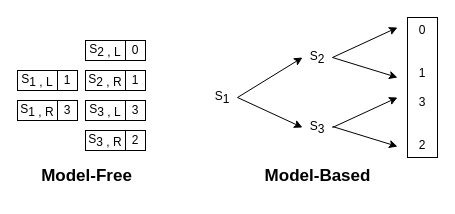
The draw.io diagram maze_model_free.drawio in felixstillger/draw_io, before the edit. Source tidied: cells renumbered, new cells numbered last; positions are measured from the earlier drawing's top-left corner, leaving out a move shared by most shapes. Both pictures are drawn from the tidied source at 100%, with x=0, y=0 at pixel (17, 17).
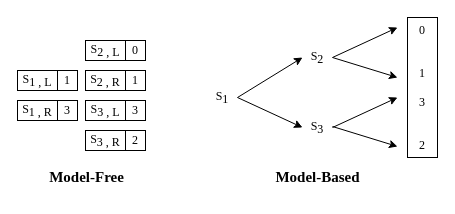
The same page after the edit.

Diff of the diagram source:
```diff
@@
-    <mxCell id="2" value="S&lt;sub style=&quot;font-size: 12px;&quot;&gt;1 , L&lt;/sub&gt;" style="rounded=0;whiteSpace=wrap;html=1;fontSize=12;fontFamily=Helvetica;" parent="1" vertex="1">
+    <mxCell id="2" value="S&lt;sub style=&quot;font-size: 12px;&quot;&gt;1 , L&lt;/sub&gt;" style="rounded=0;whiteSpace=wrap;html=1;fontSize=12;fontFamily=Times New Roman;" parent="1" vertex="1">
       <mxGeometry y="53" width="40" height="20" as="geometry" />
     </mxCell>
-    <mxCell id="3" value="S&lt;sub style=&quot;font-size: 12px;&quot;&gt;1 , R&lt;/sub&gt;" style="rounded=0;whiteSpace=wrap;html=1;fontSize=12;fontFamily=Helvetica;" parent="1" vertex="1">
+    <mxCell id="3" value="S&lt;sub style=&quot;font-size: 12px;&quot;&gt;1 , R&lt;/sub&gt;" style="rounded=0;whiteSpace=wrap;html=1;fontSize=12;fontFamily=Times New Roman;" parent="1" vertex="1">
       <mxGeometry y="83" width="40" height="20" as="geometry" />
     </mxCell>
-    <mxCell id="4" value="S&lt;sub style=&quot;font-size: 12px;&quot;&gt;2 , L&lt;/sub&gt;" style="rounded=0;whiteSpace=wrap;html=1;fontSize=12;fontFamily=Helvetica;" parent="1" vertex="1">
+    <mxCell id="4" value="S&lt;sub style=&quot;font-size: 12px;&quot;&gt;2 , L&lt;/sub&gt;" style="rounded=0;whiteSpace=wrap;html=1;fontSize=12;fontFamily=Times New Roman;" parent="1" vertex="1">
       <mxGeometry x="68" y="23" width="40" height="20" as="geometry" />
     </mxCell>
-    <mxCell id="5" value="S&lt;sub style=&quot;font-size: 12px;&quot;&gt;2&amp;nbsp;, R&lt;/sub&gt;" style="rounded=0;whiteSpace=wrap;html=1;fontSize=12;fontFamily=Helvetica;" parent="1" vertex="1">
+    <mxCell id="5" value="S&lt;sub style=&quot;font-size: 12px;&quot;&gt;2&amp;nbsp;, R&lt;/sub&gt;" style="rounded=0;whiteSpace=wrap;html=1;fontSize=12;fontFamily=Times New Roman;" parent="1" vertex="1">
       <mxGeometry x="68" y="53" width="40" height="20" as="geometry" />
     </mxCell>
-    <mxCell id="6" value="S&lt;sub style=&quot;font-size: 12px;&quot;&gt;3&amp;nbsp;, L&lt;/sub&gt;" style="rounded=0;whiteSpace=wrap;html=1;fontSize=12;fontFamily=Helvetica;" parent="1" vertex="1">
+    <mxCell id="6" value="S&lt;sub style=&quot;font-size: 12px;&quot;&gt;3&amp;nbsp;, L&lt;/sub&gt;" style="rounded=0;whiteSpace=wrap;html=1;fontSize=12;fontFamily=Times New Roman;" parent="1" vertex="1">
       <mxGeometry x="68" y="83" width="40" height="20" as="geometry" />
     </mxCell>
-    <mxCell id="7" value="S&lt;sub style=&quot;font-size: 12px;&quot;&gt;3&amp;nbsp;, R&lt;/sub&gt;" style="rounded=0;whiteSpace=wrap;html=1;fontSize=12;fontFamily=Helvetica;" parent="1" vertex="1">
+    <mxCell id="7" value="S&lt;sub style=&quot;font-size: 12px;&quot;&gt;3&amp;nbsp;, R&lt;/sub&gt;" style="rounded=0;whiteSpace=wrap;html=1;fontSize=12;fontFamily=Times New Roman;" parent="1" vertex="1">
       <mxGeometry x="68" y="113" width="40" height="20" as="geometry" />
     </mxCell>
-    <mxCell id="8" value="1" style="whiteSpace=wrap;html=1;fontSize=12;fontFamily=Helvetica;" parent="1" vertex="1">
+    <mxCell id="8" value="1" style="whiteSpace=wrap;html=1;fontSize=12;fontFamily=Times New Roman;" parent="1" vertex="1">
       <mxGeometry x="40" y="53" width="20" height="20" as="geometry" />
     </mxCell>
-    <mxCell id="9" value="3" style="whiteSpace=wrap;html=1;fontSize=12;fontFamily=Helvetica;" parent="1" vertex="1">
+    <mxCell id="9" value="3" style="whiteSpace=wrap;html=1;fontSize=12;fontFamily=Times New Roman;" parent="1" vertex="1">
       <mxGeometry x="40" y="83" width="20" height="20" as="geometry" />
     </mxCell>
-    <mxCell id="10" value="0" style="whiteSpace=wrap;html=1;fontSize=12;fontFamily=Helvetica;" parent="1" vertex="1">
+    <mxCell id="10" value="0" style="whiteSpace=wrap;html=1;fontSize=12;fontFamily=Times New Roman;" parent="1" vertex="1">
       <mxGeometry x="108" y="23" width="20" height="20" as="geometry" />
     </mxCell>
-    <mxCell id="11" value="1" style="whiteSpace=wrap;html=1;fontSize=12;fontFamily=Helvetica;" parent="1" vertex="1">
+    <mxCell id="11" value="1" style="whiteSpace=wrap;html=1;fontSize=12;fontFamily=Times New Roman;" parent="1" vertex="1">
       <mxGeometry x="108" y="53" width="20" height="20" as="geometry" />
     </mxCell>
-    <mxCell id="12" value="3" style="whiteSpace=wrap;html=1;fontSize=12;fontFamily=Helvetica;" parent="1" vertex="1">
+    <mxCell id="12" value="3" style="whiteSpace=wrap;html=1;fontSize=12;fontFamily=Times New Roman;" parent="1" vertex="1">
       <mxGeometry x="108" y="83" width="20" height="20" as="geometry" />
     </mxCell>
-    <mxCell id="13" value="2" style="whiteSpace=wrap;html=1;fontSize=12;fontFamily=Helvetica;" parent="1" vertex="1">
+    <mxCell id="13" value="2" style="whiteSpace=wrap;html=1;fontSize=12;fontFamily=Times New Roman;" parent="1" vertex="1">
       <mxGeometry x="108" y="113" width="20" height="20" as="geometry" />
     </mxCell>
-    <mxCell id="14" value="&lt;font style=&quot;font-size: 17px;&quot;&gt;Model-Free&lt;/font&gt;" style="text;strokeColor=none;fillColor=none;html=1;fontSize=17;fontStyle=1;verticalAlign=middle;align=center;fontFamily=Helvetica;" parent="1" vertex="1">
+    <mxCell id="14" value="&lt;font style=&quot;font-size: 15px;&quot;&gt;Model-Free&lt;/font&gt;" style="text;strokeColor=none;fillColor=none;html=1;fontSize=15;fontStyle=1;verticalAlign=middle;align=center;fontFamily=Times New Roman;" parent="1" vertex="1">
       <mxGeometry x="19" y="139" width="100" height="40" as="geometry" />
     </mxCell>
-    <mxCell id="15" value="&lt;font style=&quot;font-size: 17px;&quot;&gt;Model-Based&lt;/font&gt;" style="text;strokeColor=none;fillColor=none;html=1;fontSize=12;fontStyle=1;verticalAlign=middle;align=center;fontFamily=Helvetica;" parent="1" vertex="1">
+    <mxCell id="15" value="&lt;font style=&quot;font-size: 15px;&quot;&gt;Model-Based&lt;/font&gt;" style="text;strokeColor=none;fillColor=none;html=1;fontSize=15;fontStyle=1;verticalAlign=middle;align=center;fontFamily=Times New Roman;" parent="1" vertex="1">
       <mxGeometry x="250" y="139" width="100" height="40" as="geometry" />
     </mxCell>
-    <mxCell id="16" value="&lt;font style=&quot;font-size: 12px;&quot;&gt;S&lt;/font&gt;&lt;sub style=&quot;font-size: 12px;&quot;&gt;&lt;font style=&quot;font-size: 12px;&quot;&gt;1&lt;/font&gt;&lt;br style=&quot;font-size: 12px;&quot;&gt;&lt;/sub&gt;" style="text;html=1;strokeColor=none;fillColor=none;align=center;verticalAlign=middle;whiteSpace=wrap;rounded=0;fontSize=12;fontFamily=Helvetica;" parent="1" vertex="1">
+    <mxCell id="16" value="&lt;font style=&quot;font-size: 12px;&quot;&gt;S&lt;/font&gt;&lt;sub style=&quot;font-size: 12px;&quot;&gt;&lt;font style=&quot;font-size: 12px;&quot;&gt;1&lt;/font&gt;&lt;br style=&quot;font-size: 12px;&quot;&gt;&lt;/sub&gt;" style="text;html=1;strokeColor=none;fillColor=none;align=center;verticalAlign=middle;whiteSpace=wrap;rounded=0;fontSize=12;fontFamily=Times New Roman;" parent="1" vertex="1">
       <mxGeometry x="190" y="70" width="30" height="20" as="geometry" />
     </mxCell>
-    <mxCell id="17" value="&lt;span style=&quot;font-size: 12px;&quot;&gt;S&lt;sub style=&quot;font-size: 12px;&quot;&gt;2&lt;/sub&gt;&lt;/span&gt;" style="text;html=1;strokeColor=none;fillColor=none;align=center;verticalAlign=middle;whiteSpace=wrap;rounded=0;fontSize=12;fontFamily=Helvetica;" parent="1" vertex="1">
+    <mxCell id="17" value="&lt;span style=&quot;font-size: 12px;&quot;&gt;S&lt;sub style=&quot;font-size: 12px;&quot;&gt;2&lt;/sub&gt;&lt;/span&gt;" style="text;html=1;strokeColor=none;fillColor=none;align=center;verticalAlign=middle;whiteSpace=wrap;rounded=0;fontSize=12;fontFamily=Times New Roman;" parent="1" vertex="1">
       <mxGeometry x="285" y="30" width="30" height="20" as="geometry" />
     </mxCell>
-    <mxCell id="18" style="endArrow=classic;html=1;rounded=0;fontSize=12;exitX=1;exitY=0.5;exitDx=0;exitDy=0;entryX=0;entryY=0.5;entryDx=0;entryDy=0;fontFamily=Helvetica;" parent="1" edge="1" source="16" target="17">
+    <mxCell id="18" style="endArrow=classic;html=1;rounded=0;fontSize=12;exitX=1;exitY=0.5;exitDx=0;exitDy=0;entryX=0;entryY=0.5;entryDx=0;entryDy=0;fontFamily=Times New Roman;" parent="1" edge="1" source="16" target="17">
       <mxGeometry relative="1" as="geometry" />
     </mxCell>
-    <mxCell id="19" style="endArrow=classic;html=1;rounded=0;fontSize=12;exitX=1;exitY=0.5;exitDx=0;exitDy=0;entryX=0;entryY=0.5;entryDx=0;entryDy=0;fontFamily=Helvetica;" parent="1" edge="1" source="16" target="20">
+    <mxCell id="19" style="endArrow=classic;html=1;rounded=0;fontSize=12;exitX=1;exitY=0.5;exitDx=0;exitDy=0;entryX=0;entryY=0.5;entryDx=0;entryDy=0;fontFamily=Times New Roman;" parent="1" edge="1" source="16" target="20">
       <mxGeometry relative="1" as="geometry" />
     </mxCell>
-    <mxCell id="20" value="&lt;span style=&quot;font-size: 12px;&quot;&gt;S&lt;sub style=&quot;font-size: 12px;&quot;&gt;3&lt;/sub&gt;&lt;/span&gt;" style="text;html=1;strokeColor=none;fillColor=none;align=center;verticalAlign=middle;whiteSpace=wrap;rounded=0;fontSize=12;fontFamily=Helvetica;" parent="1" vertex="1">
+    <mxCell id="20" value="&lt;span style=&quot;font-size: 12px;&quot;&gt;S&lt;sub style=&quot;font-size: 12px;&quot;&gt;3&lt;/sub&gt;&lt;/span&gt;" style="text;html=1;strokeColor=none;fillColor=none;align=center;verticalAlign=middle;whiteSpace=wrap;rounded=0;fontSize=12;fontFamily=Times New Roman;" parent="1" vertex="1">
       <mxGeometry x="285" y="100" width="30" height="20" as="geometry" />
     </mxCell>
-    <mxCell id="21" style="endArrow=classic;html=1;rounded=0;fontSize=12;exitX=1;exitY=0.5;exitDx=0;exitDy=0;entryX=0;entryY=0.5;entryDx=0;entryDy=0;fontFamily=Helvetica;" parent="1" edge="1">
+    <mxCell id="21" style="endArrow=classic;html=1;rounded=0;fontSize=12;exitX=1;exitY=0.5;exitDx=0;exitDy=0;entryX=0;entryY=0.5;entryDx=0;entryDy=0;fontFamily=Times New Roman;" parent="1" edge="1">
       <mxGeometry relative="1" as="geometry">
         <mxPoint x="315" y="40" as="sourcePoint" />
         <mxPoint x="380" y="10" as="targetPoint" />
       </mxGeometry>
     </mxCell>
-    <mxCell id="22" style="endArrow=classic;html=1;rounded=0;fontSize=12;exitX=1;exitY=0.5;exitDx=0;exitDy=0;entryX=0;entryY=0.5;entryDx=0;entryDy=0;fontFamily=Helvetica;" parent="1" edge="1">
+    <mxCell id="22" style="endArrow=classic;html=1;rounded=0;fontSize=12;exitX=1;exitY=0.5;exitDx=0;exitDy=0;entryX=0;entryY=0.5;entryDx=0;entryDy=0;fontFamily=Times New Roman;" parent="1" edge="1">
       <mxGeometry relative="1" as="geometry">
         <mxPoint x="315" y="40" as="sourcePoint" />
         <mxPoint x="380" y="60" as="targetPoint" />
       </mxGeometry>
     </mxCell>
-    <mxCell id="23" style="endArrow=classic;html=1;rounded=0;fontSize=12;exitX=1;exitY=0.5;exitDx=0;exitDy=0;entryX=0;entryY=0.5;entryDx=0;entryDy=0;fontFamily=Helvetica;" parent="1" edge="1">
+    <mxCell id="23" style="endArrow=classic;html=1;rounded=0;fontSize=12;exitX=1;exitY=0.5;exitDx=0;exitDy=0;entryX=0;entryY=0.5;entryDx=0;entryDy=0;fontFamily=Times New Roman;" parent="1" edge="1">
       <mxGeometry relative="1" as="geometry">
         <mxPoint x="315" y="110" as="sourcePoint" />
         <mxPoint x="380" y="80" as="targetPoint" />
       </mxGeometry>
     </mxCell>
-    <mxCell id="24" style="endArrow=classic;html=1;rounded=0;fontSize=12;exitX=1;exitY=0.5;exitDx=0;exitDy=0;entryX=0;entryY=0.5;entryDx=0;entryDy=0;fontFamily=Helvetica;" parent="1" edge="1">
+    <mxCell id="24" style="endArrow=classic;html=1;rounded=0;fontSize=12;exitX=1;exitY=0.5;exitDx=0;exitDy=0;entryX=0;entryY=0.5;entryDx=0;entryDy=0;fontFamily=Times New Roman;" parent="1" edge="1">
       <mxGeometry relative="1" as="geometry">
         <mxPoint x="315" y="109" as="sourcePoint" />
         <mxPoint x="380" y="129" as="targetPoint" />
       </mxGeometry>
     </mxCell>
-    <mxCell id="25" value="0&lt;br style=&quot;font-size: 12px;&quot;&gt;&lt;br style=&quot;font-size: 12px;&quot;&gt;&lt;br style=&quot;font-size: 12px;&quot;&gt;1&lt;br style=&quot;font-size: 12px;&quot;&gt;&lt;br style=&quot;font-size: 12px;&quot;&gt;3&lt;br style=&quot;font-size: 12px;&quot;&gt;&lt;br style=&quot;font-size: 12px;&quot;&gt;&lt;br style=&quot;font-size: 12px;&quot;&gt;2&lt;br style=&quot;font-size: 12px;&quot;&gt;" style="rounded=0;whiteSpace=wrap;html=1;fontSize=12;fontFamily=Helvetica;" parent="1" vertex="1">
+    <mxCell id="25" value="0&lt;br style=&quot;font-size: 12px;&quot;&gt;&lt;br style=&quot;font-size: 12px;&quot;&gt;&lt;br style=&quot;font-size: 12px;&quot;&gt;1&lt;br style=&quot;font-size: 12px;&quot;&gt;&lt;br style=&quot;font-size: 12px;&quot;&gt;3&lt;br style=&quot;font-size: 12px;&quot;&gt;&lt;br style=&quot;font-size: 12px;&quot;&gt;&lt;br style=&quot;font-size: 12px;&quot;&gt;2&lt;br style=&quot;font-size: 12px;&quot;&gt;" style="rounded=0;whiteSpace=wrap;html=1;fontSize=12;fontFamily=Times New Roman;" parent="1" vertex="1">
       <mxGeometry x="390" width="30" height="140" as="geometry" />
     </mxCell>
```
